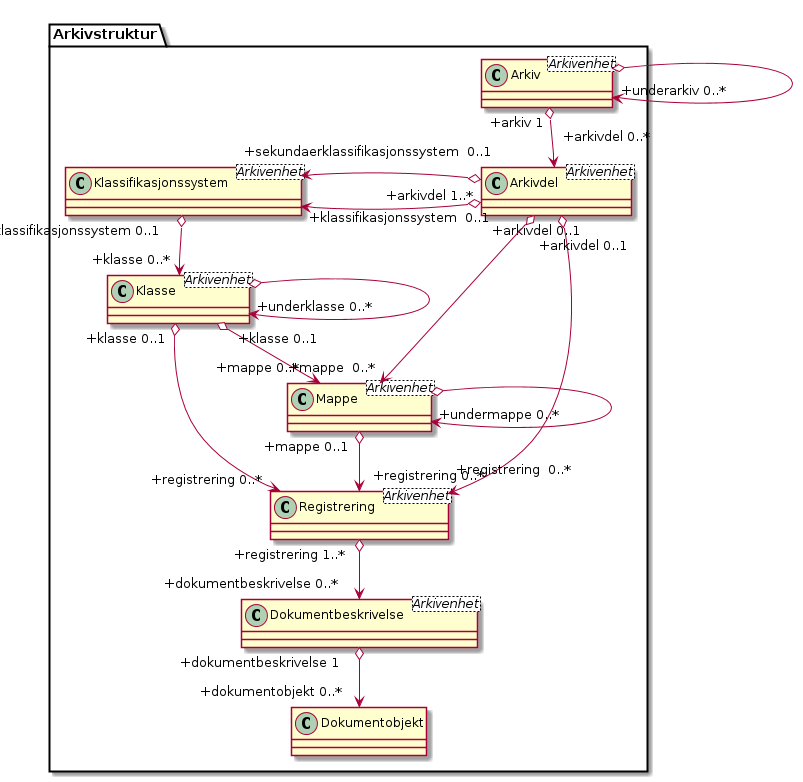
arkivverket/noark5-tjenestegrensesnitt-standard keeps this PlantUML diagram as kapitler/media/uml-arkivstruktur-forklart-som-hovedmodell.png. Above is the earlier version. The source it was exported from:
```plantuml
@startuml
skinparam classAttributeIconSize 0
skinparam nodesep 180

class Arkivstruktur.Arkiv <Arkivenhet>
class Arkivstruktur.Arkivdel <Arkivenhet>
class Arkivstruktur.Klassifikasjonssystem <Arkivenhet>
class Arkivstruktur.Klasse <Arkivenhet>
class Arkivstruktur.Mappe <Arkivenhet>
class Arkivstruktur.Registrering <Arkivenhet>
class Arkivstruktur.Dokumentbeskrivelse <Arkivenhet>
class Arkivstruktur.Dokumentobjekt

Arkivstruktur.Arkiv o--> "+underarkiv 0..*" Arkivstruktur.Arkiv
Arkivstruktur.Arkiv "+arkiv 1" o--> "+arkivdel 0..*\n" Arkivstruktur.Arkivdel
Arkivstruktur.Klassifikasjonssystem "+klassifikasjonssystem  0..1" <-o "+arkivdel 1..*" Arkivstruktur.Arkivdel
Arkivstruktur.Klassifikasjonssystem "+sekundaerklassifikasjonssystem  0..1" <-o Arkivstruktur.Arkivdel
Arkivstruktur.Klassifikasjonssystem "+klassifikasjonssystem 0..1" o--> "+klasse 0..*" Arkivstruktur.Klasse
Arkivstruktur.Klasse o-> "+underklasse 0..*" Arkivstruktur.Klasse
Arkivstruktur.Klasse "+klasse 0..1" o--> "+mappe 0..*" Arkivstruktur.Mappe
Arkivstruktur.Mappe "+mappe 0..1" o--> "+registrering 0..*" Arkivstruktur.Registrering
Arkivstruktur.Mappe o--> "+undermappe 0..*" Arkivstruktur.Mappe
Arkivstruktur.Klasse "+klasse 0..1" o--> "+registrering 0..*" Arkivstruktur.Registrering
Arkivstruktur.Arkivdel "+arkivdel 0..1" o--> "+registrering  0..*\n" Arkivstruktur.Registrering
Arkivstruktur.Arkivdel "\n+arkivdel 0..1" o--> "+mappe  0..*" Arkivstruktur.Mappe
Arkivstruktur.Registrering "+registrering 1..*" o--> "+dokumentbeskrivelse 0..*" Arkivstruktur.Dokumentbeskrivelse
Arkivstruktur.Dokumentbeskrivelse "+dokumentbeskrivelse 1" o--> "+dokumentobjekt 0..*" Arkivstruktur.Dokumentobjekt
@enduml
```
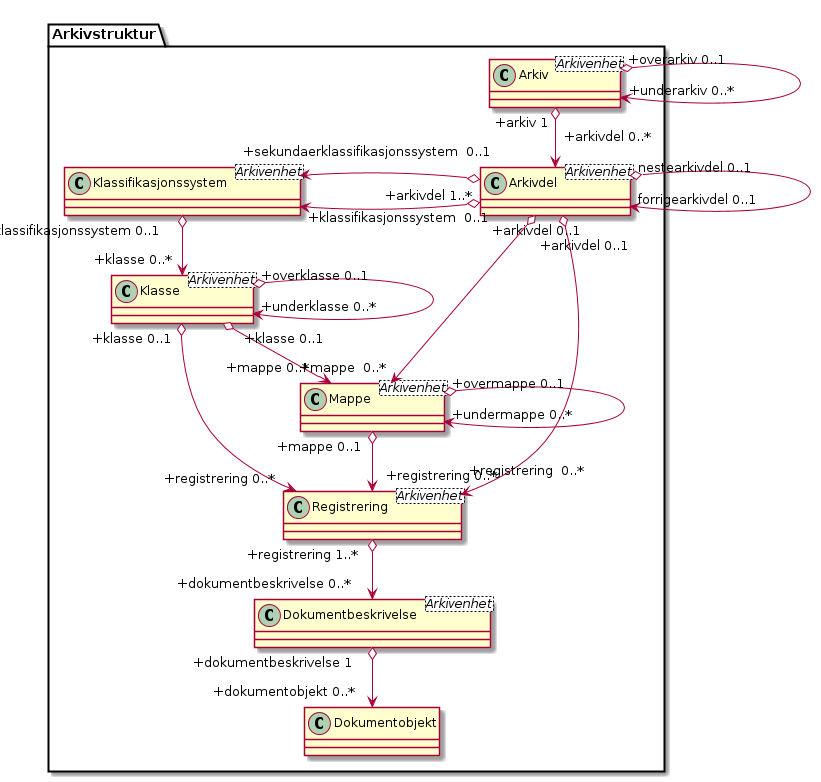
After the commit.

Diff of the diagram source:
```diff
@@ -11,16 +11,17 @@
 class Arkivstruktur.Dokumentbeskrivelse <Arkivenhet>
 class Arkivstruktur.Dokumentobjekt
 
-Arkivstruktur.Arkiv o--> "+underarkiv 0..*" Arkivstruktur.Arkiv
+Arkivstruktur.Arkiv "+overarkiv 0..1" o--> "+underarkiv 0..*" Arkivstruktur.Arkiv
 Arkivstruktur.Arkiv "+arkiv 1" o--> "+arkivdel 0..*\n" Arkivstruktur.Arkivdel
 Arkivstruktur.Klassifikasjonssystem "+klassifikasjonssystem  0..1" <-o "+arkivdel 1..*" Arkivstruktur.Arkivdel
 Arkivstruktur.Klassifikasjonssystem "+sekundaerklassifikasjonssystem  0..1" <-o Arkivstruktur.Arkivdel
 Arkivstruktur.Klassifikasjonssystem "+klassifikasjonssystem 0..1" o--> "+klasse 0..*" Arkivstruktur.Klasse
-Arkivstruktur.Klasse o-> "+underklasse 0..*" Arkivstruktur.Klasse
+Arkivstruktur.Klasse "+overklasse 0..1" o-> "+underklasse 0..*" Arkivstruktur.Klasse
 Arkivstruktur.Klasse "+klasse 0..1" o--> "+mappe 0..*" Arkivstruktur.Mappe
 Arkivstruktur.Mappe "+mappe 0..1" o--> "+registrering 0..*" Arkivstruktur.Registrering
-Arkivstruktur.Mappe o--> "+undermappe 0..*" Arkivstruktur.Mappe
+Arkivstruktur.Mappe "+overmappe 0..1" o--> "+undermappe 0..*" Arkivstruktur.Mappe
 Arkivstruktur.Klasse "+klasse 0..1" o--> "+registrering 0..*" Arkivstruktur.Registrering
+Arkivstruktur.Arkivdel "nestearkivdel 0..1" o--> "forrigearkivdel 0..1" Arkivstruktur.Arkivdel
 Arkivstruktur.Arkivdel "+arkivdel 0..1" o--> "+registrering  0..*\n" Arkivstruktur.Registrering
 Arkivstruktur.Arkivdel "\n+arkivdel 0..1" o--> "+mappe  0..*" Arkivstruktur.Mappe
 Arkivstruktur.Registrering "+registrering 1..*" o--> "+dokumentbeskrivelse 0..*" Arkivstruktur.Dokumentbeskrivelse
```
